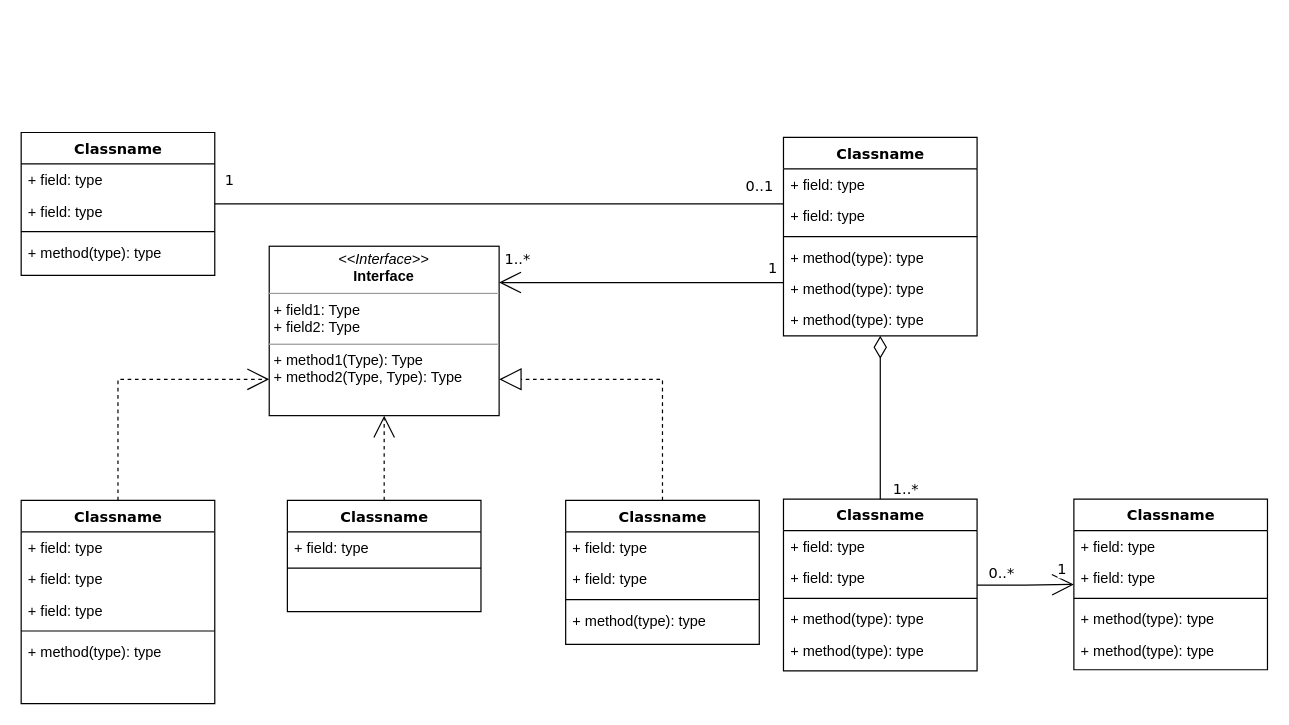
Before: Untitled Diagram.drawio in arihantlunawat/arihantlunawat, a draw.io diagram. Source tidied: cells renumbered, new cells numbered last; positions are measured from the earlier drawing's top-left corner, leaving out a move shared by most shapes. Both pictures are drawn from the tidied source at 121%, with x=0, y=0 at pixel (21, 132).
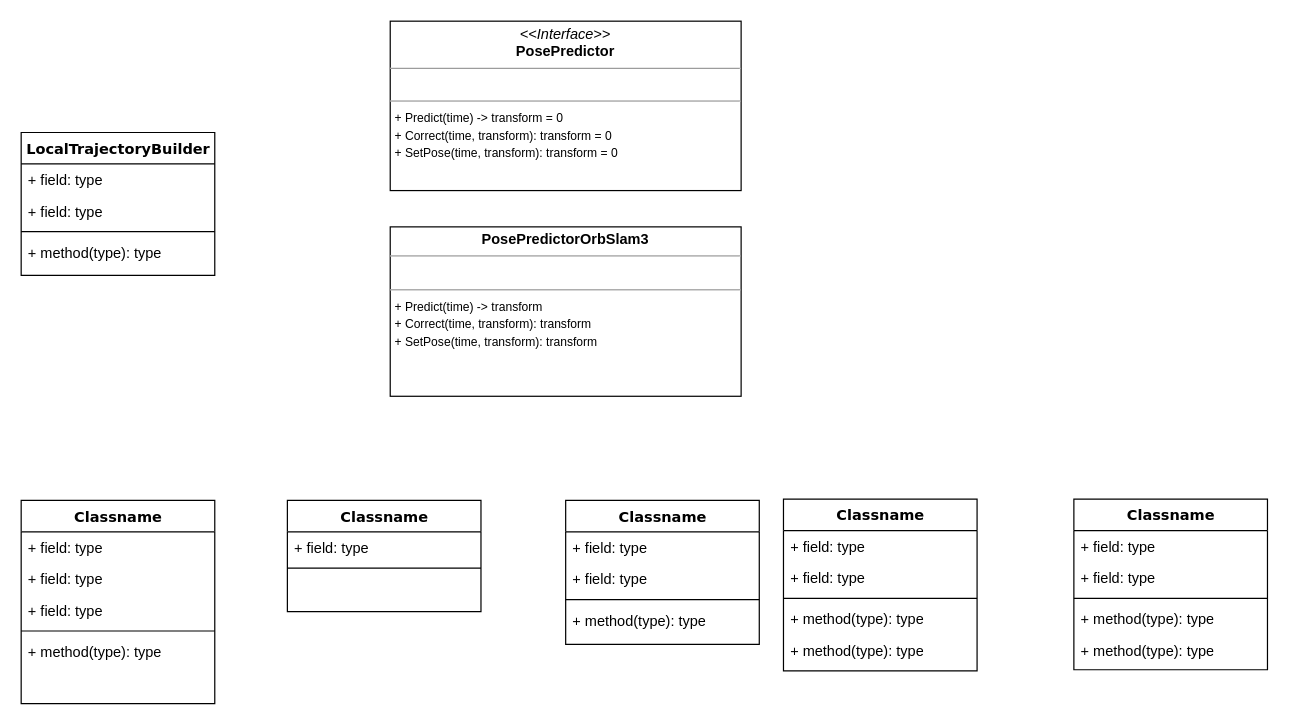
The same diagram, later.

Unchanged cells that the change refers to:
```xml
<mxCell id="3" value="Classname" style="swimlane;html=1;fontStyle=1;align=center;verticalAlign=top;horizontal=1;startSize=26;swimlaneFillColor=#ffffff;rounded=0;shadow=0;comic=0;labelBackgroundColor=none;strokeWidth=1;fillColor=none;fontFamily=Verdana;fontSize=12;" parent="1" vertex="1">
  <mxGeometry y="304" width="160" height="168" as="geometry" />
</mxCell>
<mxCell id="28" value="Classname" style="swimlane;html=1;fontStyle=1;align=center;verticalAlign=top;horizontal=1;startSize=26;swimlaneFillColor=#ffffff;rounded=0;shadow=0;comic=0;labelBackgroundColor=none;strokeWidth=1;fillColor=none;fontFamily=Verdana;fontSize=12;" parent="1" vertex="1">
  <mxGeometry x="220" y="304" width="160" height="92" as="geometry" />
</mxCell>
<mxCell id="36" value="Classname" style="swimlane;html=1;fontStyle=1;align=center;verticalAlign=top;horizontal=1;startSize=26;swimlaneFillColor=#ffffff;rounded=0;shadow=0;comic=0;labelBackgroundColor=none;strokeWidth=1;fillColor=none;fontFamily=Verdana;fontSize=12;" parent="1" vertex="1">
  <mxGeometry x="630" y="303" width="160" height="142" as="geometry" />
</mxCell>
<mxCell id="42" value="Classname" style="swimlane;html=1;fontStyle=1;align=center;verticalAlign=top;horizontal=1;startSize=26;swimlaneFillColor=#ffffff;rounded=0;shadow=0;comic=0;labelBackgroundColor=none;strokeWidth=1;fillColor=none;fontFamily=Verdana;fontSize=12;" parent="1" vertex="1">
  <mxGeometry x="870" y="303" width="160" height="141" as="geometry" />
</mxCell>
<mxCell id="49" value="Classname" style="swimlane;html=1;fontStyle=1;align=center;verticalAlign=top;horizontal=1;startSize=26;swimlaneFillColor=#ffffff;rounded=0;shadow=0;comic=0;labelBackgroundColor=none;strokeWidth=1;fillColor=none;fontFamily=Verdana;fontSize=12;" parent="1" vertex="1">
  <mxGeometry x="450" y="304" width="160" height="119" as="geometry" />
</mxCell>
```

The edit, as a diff of the source:
```diff
@@
-    <mxCell id="2" style="edgeStyle=orthogonalEdgeStyle;rounded=0;html=1;dashed=1;labelBackgroundColor=none;startArrow=none;startFill=0;startSize=8;endArrow=open;endFill=0;endSize=16;fontFamily=Verdana;fontSize=12;" parent="1" edge="1" source="3" target="54">
-      <mxGeometry relative="1" as="geometry">
-        <Array as="points">
-          <mxPoint x="80" y="204" />
-        </Array>
-      </mxGeometry>
-    </mxCell>
@@
-    <mxCell id="9" value="Classname" style="swimlane;html=1;fontStyle=1;align=center;verticalAlign=top;horizontal=1;startSize=26;swimlaneFillColor=#ffffff;rounded=0;shadow=0;comic=0;labelBackgroundColor=none;strokeWidth=1;fillColor=none;fontFamily=Verdana;fontSize=12;" parent="1" vertex="1">
+    <mxCell id="9" value="LocalTrajectoryBuilder" style="swimlane;html=1;fontStyle=1;align=center;verticalAlign=top;horizontal=1;startSize=26;swimlaneFillColor=#ffffff;rounded=0;shadow=0;comic=0;labelBackgroundColor=none;strokeWidth=1;fillColor=none;fontFamily=Verdana;fontSize=12;" parent="1" vertex="1">
       <mxGeometry width="160" height="118" as="geometry" />
     </mxCell>
@@
-    <mxCell id="14" style="edgeStyle=orthogonalEdgeStyle;rounded=0;html=1;labelBackgroundColor=none;startArrow=none;startFill=0;startSize=8;endArrow=open;endFill=0;endSize=16;fontFamily=Verdana;fontSize=12;" parent="1" edge="1" source="20" target="54">
-      <mxGeometry relative="1" as="geometry">
-        <Array as="points">
-          <mxPoint x="470" y="124" />
-          <mxPoint x="470" y="124" />
-        </Array>
-      </mxGeometry>
-    </mxCell>
-    <mxCell id="15" value="1..*" style="text;html=1;align=center;verticalAlign=middle;labelBackgroundColor=#ffffff;fontSize=12;fontFamily=Verdana;" parent="14" vertex="1">
-      <mxGeometry x="0.86" y="2" relative="1" as="geometry">
-        <mxPoint x="-2" y="-22" as="offset" />
-      </mxGeometry>
-    </mxCell>
-    <mxCell id="16" value="1" style="text;html=1;align=center;verticalAlign=middle;labelBackgroundColor=#ffffff;fontSize=12;fontFamily=Verdana;" parent="14" vertex="1">
-      <mxGeometry x="0.36" y="152" relative="1" as="geometry">
-        <mxPoint x="150" y="-164" as="offset" />
-      </mxGeometry>
-    </mxCell>
-    <mxCell id="17" style="edgeStyle=orthogonalEdgeStyle;rounded=0;html=1;labelBackgroundColor=none;startArrow=none;startFill=0;startSize=8;endArrow=none;endFill=0;endSize=16;fontFamily=Verdana;fontSize=12;" parent="1" edge="1" source="20" target="9">
-      <mxGeometry relative="1" as="geometry">
-        <Array as="points">
-          <mxPoint x="530" y="59" />
-          <mxPoint x="530" y="59" />
-        </Array>
-      </mxGeometry>
-    </mxCell>
-    <mxCell id="18" value="0..1" style="text;html=1;align=center;verticalAlign=middle;labelBackgroundColor=#ffffff;fontSize=12;fontFamily=Verdana;" parent="17" vertex="1">
-      <mxGeometry x="-0.57" y="-86" relative="1" as="geometry">
-        <mxPoint x="80" y="71" as="offset" />
-      </mxGeometry>
-    </mxCell>
-    <mxCell id="19" value="1" style="text;html=1;align=center;verticalAlign=middle;labelBackgroundColor=#ffffff;fontSize=12;fontFamily=Verdana;" parent="17" vertex="1">
-      <mxGeometry x="0.89" y="-1" relative="1" as="geometry">
-        <mxPoint x="-15" y="-19" as="offset" />
-      </mxGeometry>
-    </mxCell>
-    <mxCell id="20" value="Classname" style="swimlane;html=1;fontStyle=1;align=center;verticalAlign=top;horizontal=1;startSize=26;swimlaneFillColor=#ffffff;rounded=0;shadow=0;comic=0;labelBackgroundColor=none;strokeWidth=1;fillColor=none;fontFamily=Verdana;fontSize=12;" parent="1" vertex="1">
-      <mxGeometry x="630" y="4" width="160" height="164" as="geometry" />
-    </mxCell>
-    <mxCell id="21" value="+ field: type" style="text;html=1;strokeColor=none;fillColor=none;align=left;verticalAlign=top;spacingLeft=4;spacingRight=4;whiteSpace=wrap;overflow=hidden;" parent="20" vertex="1">
-      <mxGeometry y="26" width="160" height="26" as="geometry" />
-    </mxCell>
-    <mxCell id="22" value="+ field: type" style="text;html=1;strokeColor=none;fillColor=none;align=left;verticalAlign=top;spacingLeft=4;spacingRight=4;whiteSpace=wrap;overflow=hidden;" parent="20" vertex="1">
-      <mxGeometry y="52" width="160" height="26" as="geometry" />
-    </mxCell>
-    <mxCell id="23" style="line;html=1;strokeWidth=1;fillColor=none;align=left;verticalAlign=middle;spacingTop=-1;spacingLeft=3;spacingRight=3;labelPosition=right;" parent="20" vertex="1">
-      <mxGeometry y="78" width="160" height="8" as="geometry" />
-    </mxCell>
-    <mxCell id="24" value="+ method(type): type" style="text;html=1;strokeColor=none;fillColor=none;align=left;verticalAlign=top;spacingLeft=4;spacingRight=4;whiteSpace=wrap;overflow=hidden;" parent="20" vertex="1">
-      <mxGeometry y="86" width="160" height="26" as="geometry" />
-    </mxCell>
-    <mxCell id="25" value="+ method(type): type" style="text;html=1;strokeColor=none;fillColor=none;align=left;verticalAlign=top;spacingLeft=4;spacingRight=4;whiteSpace=wrap;overflow=hidden;" parent="20" vertex="1">
-      <mxGeometry y="112" width="160" height="26" as="geometry" />
-    </mxCell>
-    <mxCell id="26" value="+ method(type): type" style="text;html=1;strokeColor=none;fillColor=none;align=left;verticalAlign=top;spacingLeft=4;spacingRight=4;whiteSpace=wrap;overflow=hidden;" parent="20" vertex="1">
-      <mxGeometry y="138" width="160" height="26" as="geometry" />
-    </mxCell>
-    <mxCell id="27" style="edgeStyle=orthogonalEdgeStyle;rounded=0;html=1;dashed=1;labelBackgroundColor=none;startArrow=none;startFill=0;startSize=8;endArrow=open;endFill=0;endSize=16;fontFamily=Verdana;fontSize=12;" parent="1" edge="1" source="28" target="54">
-      <mxGeometry relative="1" as="geometry" />
-    </mxCell>
@@
-    <mxCell id="31" style="edgeStyle=orthogonalEdgeStyle;rounded=0;html=1;labelBackgroundColor=none;startArrow=none;startFill=0;startSize=8;endArrow=diamondThin;endFill=0;endSize=16;fontFamily=Verdana;fontSize=12;" parent="1" edge="1" source="36" target="20">
-      <mxGeometry relative="1" as="geometry" />
-    </mxCell>
-    <mxCell id="32" value="1..*" style="text;html=1;align=center;verticalAlign=middle;labelBackgroundColor=#ffffff;fontSize=12;fontFamily=Verdana;" parent="31" vertex="1">
-      <mxGeometry x="-0.85" y="-1" relative="1" as="geometry">
-        <mxPoint x="19" y="1" as="offset" />
-      </mxGeometry>
-    </mxCell>
-    <mxCell id="33" style="edgeStyle=orthogonalEdgeStyle;rounded=0;html=1;labelBackgroundColor=none;startArrow=none;startFill=0;startSize=8;endArrow=open;endFill=0;endSize=16;fontFamily=Verdana;fontSize=12;" parent="1" edge="1" source="36" target="42">
-      <mxGeometry relative="1" as="geometry" />
-    </mxCell>
-    <mxCell id="34" value="0..*" style="text;html=1;align=center;verticalAlign=middle;labelBackgroundColor=#ffffff;fontSize=12;fontFamily=Verdana;" parent="33" vertex="1">
-      <mxGeometry x="-0.79" relative="1" as="geometry">
-        <mxPoint x="11" y="-10" as="offset" />
-      </mxGeometry>
-    </mxCell>
-    <mxCell id="35" value="1" style="text;html=1;align=center;verticalAlign=middle;labelBackgroundColor=#ffffff;fontSize=12;fontFamily=Verdana;" parent="33" vertex="1">
-      <mxGeometry x="0.7" y="1" relative="1" as="geometry">
-        <mxPoint x="2" y="-12" as="offset" />
-      </mxGeometry>
-    </mxCell>
@@
-    <mxCell id="48" style="edgeStyle=orthogonalEdgeStyle;rounded=0;html=1;dashed=1;labelBackgroundColor=none;startArrow=none;startFill=0;startSize=8;endArrow=block;endFill=0;endSize=16;fontFamily=Verdana;fontSize=12;" parent="1" edge="1" source="49" target="54">
-      <mxGeometry relative="1" as="geometry">
-        <Array as="points">
-          <mxPoint x="530" y="204" />
-        </Array>
-      </mxGeometry>
-    </mxCell>
@@
-    <mxCell id="54" value="&lt;p style=&quot;margin:0px;margin-top:4px;text-align:center;&quot;&gt;&lt;i&gt;&amp;lt;&amp;lt;Interface&amp;gt;&amp;gt;&lt;/i&gt;&lt;br/&gt;&lt;b&gt;Interface&lt;/b&gt;&lt;/p&gt;&lt;hr size=&quot;1&quot;/&gt;&lt;p style=&quot;margin:0px;margin-left:4px;&quot;&gt;+ field1: Type&lt;br/&gt;+ field2: Type&lt;/p&gt;&lt;hr size=&quot;1&quot;/&gt;&lt;p style=&quot;margin:0px;margin-left:4px;&quot;&gt;+ method1(Type): Type&lt;br/&gt;+ method2(Type, Type): Type&lt;/p&gt;" style="verticalAlign=top;align=left;overflow=fill;fontSize=12;fontFamily=Helvetica;html=1;rounded=0;shadow=0;comic=0;labelBackgroundColor=none;strokeWidth=1;" parent="1" vertex="1">
-      <mxGeometry x="205" y="94" width="190" height="140" as="geometry" />
+    <mxCell id="54" value="&lt;p style=&quot;margin:0px;margin-top:4px;text-align:center;&quot;&gt;&lt;i&gt;&amp;lt;&amp;lt;Interface&amp;gt;&amp;gt;&lt;/i&gt;&lt;br&gt;&lt;b&gt;PosePredictor&lt;/b&gt;&lt;/p&gt;&lt;hr size=&quot;1&quot;&gt;&lt;p style=&quot;margin:0px;margin-left:4px;&quot;&gt;&lt;br&gt;&lt;/p&gt;&lt;hr size=&quot;1&quot;&gt;&lt;p style=&quot;margin:0px;margin-left:4px;&quot;&gt;&lt;font style=&quot;font-size: 10px;&quot;&gt;+ Predict(time) -&amp;gt; transform = 0&lt;br&gt;+ Correct(time, transform): transform = 0&lt;/font&gt;&lt;/p&gt;&lt;p style=&quot;margin:0px;margin-left:4px;&quot;&gt;&lt;font style=&quot;font-size: 10px;&quot;&gt;+ SetPose(time, transform): transform = 0&lt;/font&gt;&lt;/p&gt;" style="verticalAlign=top;align=left;overflow=fill;fontSize=12;fontFamily=Helvetica;html=1;rounded=0;shadow=0;comic=0;labelBackgroundColor=none;strokeWidth=1;" parent="1" vertex="1">
+      <mxGeometry x="305" y="-92" width="290" height="140" as="geometry" />
     </mxCell>
+    <mxCell id="55" value="&lt;p style=&quot;margin:0px;margin-top:4px;text-align:center;&quot;&gt;&lt;b&gt;PosePredictorOrbSlam3&lt;/b&gt;&lt;/p&gt;&lt;hr size=&quot;1&quot;&gt;&lt;p style=&quot;margin:0px;margin-left:4px;&quot;&gt;&lt;br&gt;&lt;/p&gt;&lt;hr size=&quot;1&quot;&gt;&lt;p style=&quot;margin:0px;margin-left:4px;&quot;&gt;&lt;font style=&quot;font-size: 10px;&quot;&gt;+ Predict(time) -&amp;gt; transform&lt;br&gt;+ Correct(time, transform): transform&lt;/font&gt;&lt;/p&gt;&lt;p style=&quot;margin:0px;margin-left:4px;&quot;&gt;&lt;font style=&quot;font-size: 10px;&quot;&gt;+ SetPose(time, transform): transform&lt;/font&gt;&lt;/p&gt;" style="verticalAlign=top;align=left;overflow=fill;fontSize=12;fontFamily=Helvetica;html=1;rounded=0;shadow=0;comic=0;labelBackgroundColor=none;strokeWidth=1;" parent="1" vertex="1">
+      <mxGeometry x="305" y="78" width="290" height="140" as="geometry" />
+    </mxCell>
```
